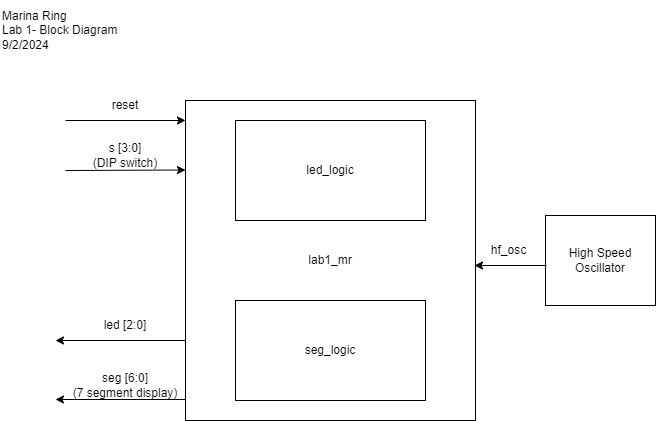
marinaring/marinaring.github.io keeps this draw.io diagram as images/LAB1_BLOCK.png. Above is the earlier version. Source tidied: cells renumbered, new cells last; positions are measured from the earlier drawing's top-left corner, leaving out a move shared by most shapes.
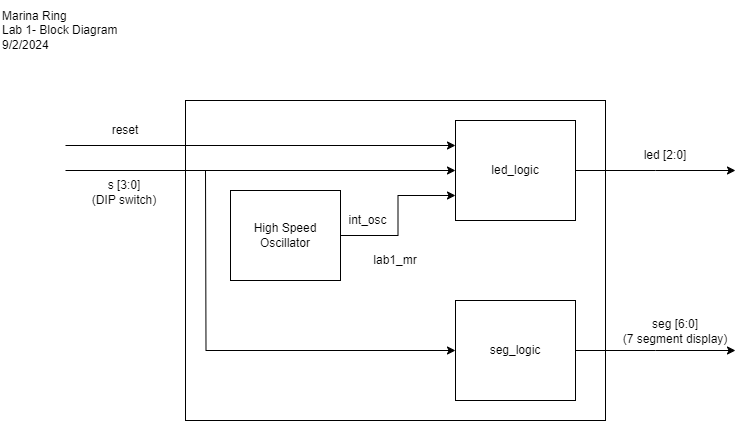
The same diagram one commit later.

Commit message:
added title block to one image

Diff of the diagram source:
```diff
@@ -3,64 +3,62 @@
     <mxCell id="0" />
     <mxCell id="1" parent="0" />
     <mxCell id="2" value="lab1_mr" style="rounded=0;whiteSpace=wrap;html=1;" parent="1" vertex="1">
-      <mxGeometry x="185" y="100" width="290" height="320" as="geometry" />
+      <mxGeometry x="185" y="100" width="420" height="320" as="geometry" />
     </mxCell>
+    <mxCell id="17" style="edgeStyle=orthogonalEdgeStyle;rounded=0;jettySize=auto;html=1;exitX=0;exitY=0.5;exitDx=0;exitDy=0;startArrow=classic;startFill=1;endArrow=none;endFill=0;" parent="1" edge="1" source="3">
+      <mxGeometry relative="1" as="geometry">
+        <mxPoint x="205" y="170" as="targetPoint" />
+      </mxGeometry>
+    </mxCell>
+    <mxCell id="18" style="edgeStyle=orthogonalEdgeStyle;rounded=0;jettySize=auto;html=1;exitX=1;exitY=0.5;exitDx=0;exitDy=0;" parent="1" edge="1" source="3">
+      <mxGeometry relative="1" as="geometry">
+        <mxPoint x="735" y="350" as="targetPoint" />
+      </mxGeometry>
+    </mxCell>
     <mxCell id="3" value="seg_logic" style="rounded=0;whiteSpace=wrap;html=1;" parent="1" vertex="1">
-      <mxGeometry x="235" y="300" width="190" height="100" as="geometry" />
+      <mxGeometry x="455" y="300" width="120" height="100" as="geometry" />
     </mxCell>
+    <mxCell id="19" style="edgeStyle=orthogonalEdgeStyle;rounded=0;jettySize=auto;html=1;exitX=1;exitY=0.5;exitDx=0;exitDy=0;" parent="1" edge="1" source="4">
+      <mxGeometry relative="1" as="geometry">
+        <mxPoint x="735" y="170" as="targetPoint" />
+      </mxGeometry>
+    </mxCell>
     <mxCell id="4" value="led_logic" style="rounded=0;whiteSpace=wrap;html=1;" parent="1" vertex="1">
-      <mxGeometry x="235" y="120" width="190" height="100" as="geometry" />
+      <mxGeometry x="455" y="120" width="120" height="100" as="geometry" />
     </mxCell>
-    <mxCell id="5" style="endArrow=classic;html=1;rounded=0;" parent="1" edge="1">
+    <mxCell id="5" style="endArrow=classic;html=1;rounded=0;entryX=0;entryY=0.5;entryDx=0;entryDy=0;" parent="1" edge="1" target="4">
       <mxGeometry relative="1" as="geometry">
         <mxPoint x="65" y="170" as="sourcePoint" />
-        <mxPoint x="185" y="169.5" as="targetPoint" />
       </mxGeometry>
     </mxCell>
     <mxCell id="6" value="s [3:0]&lt;div&gt;(DIP switch)&lt;/div&gt;" style="text;html=1;align=center;verticalAlign=middle;whiteSpace=wrap;rounded=0;" parent="1" vertex="1">
-      <mxGeometry x="85" y="140" width="80" height="30" as="geometry" />
+      <mxGeometry x="84" y="177" width="80" height="30" as="geometry" />
     </mxCell>
-    <mxCell id="7" style="endArrow=classic;html=1;rounded=0;" parent="1" edge="1">
-      <mxGeometry relative="1" as="geometry">
-        <mxPoint x="185" y="340" as="sourcePoint" />
-        <mxPoint x="55" y="340" as="targetPoint" />
-      </mxGeometry>
-    </mxCell>
     <mxCell id="8" value="led [2:0]" style="text;html=1;align=center;verticalAlign=middle;whiteSpace=wrap;rounded=0;" parent="1" vertex="1">
-      <mxGeometry x="85" y="310" width="80" height="30" as="geometry" />
+      <mxGeometry x="625" y="140" width="80" height="30" as="geometry" />
     </mxCell>
-    <mxCell id="9" style="endArrow=classic;html=1;rounded=0;" parent="1" edge="1">
-      <mxGeometry relative="1" as="geometry">
-        <mxPoint x="185" y="399" as="sourcePoint" />
-        <mxPoint x="55" y="399" as="targetPoint" />
-      </mxGeometry>
-    </mxCell>
     <mxCell id="10" value="&lt;div&gt;seg [6:0]&lt;/div&gt;&lt;div&gt;(7 segment display)&lt;/div&gt;" style="text;html=1;align=center;verticalAlign=middle;whiteSpace=wrap;rounded=0;" parent="1" vertex="1">
-      <mxGeometry x="65" y="370" width="120" height="30" as="geometry" />
+      <mxGeometry x="615" y="316" width="120" height="30" as="geometry" />
     </mxCell>
-    <mxCell id="11" style="endArrow=classic;html=1;rounded=0;" parent="1" edge="1">
+    <mxCell id="11" style="endArrow=classic;html=1;rounded=0;entryX=0;entryY=0.25;entryDx=0;entryDy=0;" parent="1" edge="1" target="4">
       <mxGeometry relative="1" as="geometry">
-        <mxPoint x="65" y="120" as="sourcePoint" />
-        <mxPoint x="185" y="120" as="targetPoint" />
+        <mxPoint x="65" y="145" as="sourcePoint" />
       </mxGeometry>
     </mxCell>
     <mxCell id="12" value="reset" style="text;html=1;align=center;verticalAlign=middle;whiteSpace=wrap;rounded=0;" parent="1" vertex="1">
-      <mxGeometry x="85" y="90" width="80" height="30" as="geometry" />
+      <mxGeometry x="85" y="115" width="80" height="30" as="geometry" />
     </mxCell>
     <mxCell id="13" value="Marina Ring&lt;div&gt;Lab 1- Block Diagram&lt;/div&gt;&lt;div&gt;9/2/2024&lt;/div&gt;" style="text;html=1;align=left;verticalAlign=middle;whiteSpace=wrap;rounded=0;" parent="1" vertex="1">
       <mxGeometry width="230" height="60" as="geometry" />
     </mxCell>
+    <mxCell id="20" style="edgeStyle=orthogonalEdgeStyle;rounded=0;jettySize=auto;html=1;exitX=1;exitY=0.5;exitDx=0;exitDy=0;entryX=0;entryY=0.75;entryDx=0;entryDy=0;" parent="1" edge="1" source="14" target="4">
+      <mxGeometry relative="1" as="geometry" />
+    </mxCell>
     <mxCell id="14" value="High Speed Oscillator" style="rounded=0;whiteSpace=wrap;html=1;" parent="1" vertex="1">
-      <mxGeometry x="545" y="215" width="110" height="90" as="geometry" />
+      <mxGeometry x="230" y="190" width="110" height="90" as="geometry" />
     </mxCell>
-    <mxCell id="15" style="endArrow=classic;html=1;rounded=0;exitX=0.994;exitY=0.421;exitDx=0;exitDy=0;exitPerimeter=0;" parent="1" edge="1">
-      <mxGeometry relative="1" as="geometry">
-        <mxPoint x="546" y="265" as="sourcePoint" />
-        <mxPoint x="474" y="265" as="targetPoint" />
-      </mxGeometry>
-    </mxCell>
-    <mxCell id="16" value="hf_osc" style="text;html=1;align=center;verticalAlign=middle;whiteSpace=wrap;rounded=0;" parent="1" vertex="1">
-      <mxGeometry x="466" y="240" width="85" height="20" as="geometry" />
+    <mxCell id="16" value="int_osc" style="text;html=1;align=center;verticalAlign=middle;whiteSpace=wrap;rounded=0;" parent="1" vertex="1">
+      <mxGeometry x="325" y="210" width="85" height="20" as="geometry" />
     </mxCell>
   </root>
 </mxGraphModel>
```
